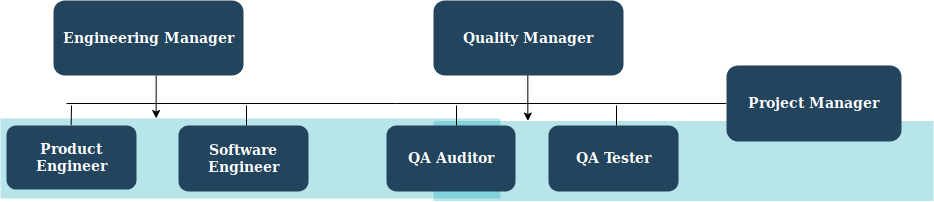
This is resourcedict/Matrix.png from dthecatalyst/PMGuide, a draw.io export, as it was before one commit. Source tidied: cells renumbered, new cells last; positions are measured from the earlier drawing's top-left corner, leaving out a move shared by most shapes. Its diagram source:
```xml
<mxGraphModel background="#ffffff">
  <root>
    <mxCell id="0" />
    <mxCell id="1" parent="0" />
    <mxCell id="2" style="fillColor=#12AAB5;strokeColor=none;opacity=30;" parent="1" vertex="1">
      <mxGeometry x="433" y="120.5" width="500" height="80" as="geometry" />
    </mxCell>
    <mxCell id="3" style="fillColor=#12AAB5;strokeColor=none;opacity=30;" parent="1" vertex="1">
      <mxGeometry y="118" width="500" height="80" as="geometry" />
    </mxCell>
    <mxCell id="4" style="edgeStyle=elbowEdgeStyle;rounded=0;jettySize=auto;html=1;exitX=0.5;exitY=1;exitDx=0;exitDy=0;strokeColor=#000000;" parent="1" edge="1" source="5" target="2">
      <mxGeometry relative="1" as="geometry" />
    </mxCell>
    <mxCell id="5" value="Quality Manager" style="rounded=1;fillColor=#23445D;gradientColor=none;strokeColor=none;fontColor=#FFFFFF;fontStyle=1;fontFamily=Tahoma;fontSize=14;" parent="1" vertex="1">
      <mxGeometry x="433" width="190" height="75" as="geometry" />
    </mxCell>
    <mxCell id="6" style="edgeStyle=elbowEdgeStyle;rounded=0;jettySize=auto;html=1;entryX=0.312;entryY=-0.01;entryDx=0;entryDy=0;entryPerimeter=0;strokeColor=#000000;" parent="1" edge="1" source="7" target="3">
      <mxGeometry relative="1" as="geometry" />
    </mxCell>
    <mxCell id="7" value="Engineering Manager" style="rounded=1;fillColor=#23445D;gradientColor=none;strokeColor=none;fontColor=#FFFFFF;fontStyle=1;fontFamily=Tahoma;fontSize=14;" parent="1" vertex="1">
      <mxGeometry x="53" width="190" height="75" as="geometry" />
    </mxCell>
    <mxCell id="8" value="Product &#10;Engineer" style="rounded=1;fillColor=#23445D;gradientColor=none;strokeColor=none;fontColor=#FFFFFF;fontStyle=1;fontFamily=Tahoma;fontSize=14;" parent="1" vertex="1">
      <mxGeometry x="6" y="125" width="130" height="64" as="geometry" />
    </mxCell>
    <mxCell id="9" value="Software&#10; Engineer" style="rounded=1;fillColor=#23445D;gradientColor=none;strokeColor=none;fontColor=#FFFFFF;fontStyle=1;fontFamily=Tahoma;fontSize=14;" parent="1" vertex="1">
      <mxGeometry x="178" y="125" width="130" height="66" as="geometry" />
    </mxCell>
    <mxCell id="10" value="QA Auditor" style="rounded=1;fillColor=#23445D;gradientColor=none;strokeColor=none;fontColor=#FFFFFF;fontStyle=1;fontFamily=Tahoma;fontSize=14;" parent="1" vertex="1">
      <mxGeometry x="386" y="125" width="129" height="66" as="geometry" />
    </mxCell>
    <mxCell id="11" value="QA Tester" style="rounded=1;fillColor=#23445D;gradientColor=none;strokeColor=none;fontColor=#FFFFFF;fontStyle=1;fontFamily=Tahoma;fontSize=14;" parent="1" vertex="1">
      <mxGeometry x="548" y="125" width="130" height="66" as="geometry" />
    </mxCell>
    <mxCell id="12" style="elbow=vertical;strokeWidth=2;rounded=0;strokeColor=none;edgeStyle=orthogonalEdgeStyle;" parent="1" edge="1" source="7" target="8">
      <mxGeometry x="-23" y="135.5" as="geometry">
        <Array as="points">
          <mxPoint x="147" y="100" />
          <mxPoint x="26" y="100" />
        </Array>
      </mxGeometry>
    </mxCell>
    <mxCell id="13" style="elbow=vertical;strokeWidth=2;rounded=0;strokeColor=none;edgeStyle=orthogonalEdgeStyle;" parent="1" edge="1" source="7" target="9">
      <mxGeometry x="-23" y="135.5" as="geometry">
        <Array as="points">
          <mxPoint x="147" y="100" />
          <mxPoint x="242" y="100" />
        </Array>
      </mxGeometry>
    </mxCell>
    <mxCell id="14" value="Project Manager" style="rounded=1;fillColor=#23445D;gradientColor=none;strokeColor=none;fontColor=#FFFFFF;fontStyle=1;fontFamily=Tahoma;fontSize=14;" parent="1" vertex="1">
      <mxGeometry x="726" y="65" width="175" height="76" as="geometry" />
    </mxCell>
    <mxCell id="15" style="endArrow=none;html=1;strokeColor=#000000;" parent="1" edge="1">
      <mxGeometry relative="1" as="geometry">
        <mxPoint x="246" y="125" as="sourcePoint" />
        <mxPoint x="246" y="105" as="targetPoint" />
      </mxGeometry>
    </mxCell>
    <mxCell id="16" style="endArrow=none;html=1;strokeColor=#000000;exitX=0.5;exitY=0;exitDx=0;exitDy=0;" parent="1" edge="1" source="8">
      <mxGeometry relative="1" as="geometry">
        <mxPoint x="71" y="105" as="targetPoint" />
      </mxGeometry>
    </mxCell>
    <mxCell id="17" style="endArrow=none;html=1;strokeColor=#000000;" parent="1" edge="1">
      <mxGeometry relative="1" as="geometry">
        <mxPoint x="456" y="125" as="sourcePoint" />
        <mxPoint x="456" y="105" as="targetPoint" />
        <Array as="points">
          <mxPoint x="456" y="125" />
        </Array>
      </mxGeometry>
    </mxCell>
    <mxCell id="18" style="endArrow=none;html=1;strokeColor=#000000;" parent="1" edge="1">
      <mxGeometry relative="1" as="geometry">
        <mxPoint x="616" y="125" as="sourcePoint" />
        <mxPoint x="616" y="105" as="targetPoint" />
        <Array as="points">
          <mxPoint x="616" y="125" />
        </Array>
      </mxGeometry>
    </mxCell>
    <mxCell id="19" style="endArrow=none;html=1;strokeColor=#000000;entryX=0;entryY=0.5;entryDx=0;entryDy=0;" parent="1" edge="1" target="14">
      <mxGeometry relative="1" as="geometry">
        <mxPoint x="66" y="103" as="sourcePoint" />
      </mxGeometry>
    </mxCell>
  </root>
</mxGraphModel>
```
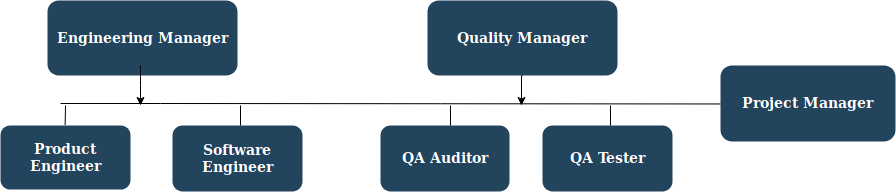
The same diagram one commit later.

Change to the diagram source:
```diff
@@ -2,21 +2,17 @@
   <root>
     <mxCell id="0" />
     <mxCell id="1" parent="0" />
-    <mxCell id="2" style="fillColor=#12AAB5;strokeColor=none;opacity=30;" parent="1" vertex="1">
-      <mxGeometry x="433" y="120.5" width="500" height="80" as="geometry" />
-    </mxCell>
-    <mxCell id="3" style="fillColor=#12AAB5;strokeColor=none;opacity=30;" parent="1" vertex="1">
-      <mxGeometry y="118" width="500" height="80" as="geometry" />
-    </mxCell>
-    <mxCell id="4" style="edgeStyle=elbowEdgeStyle;rounded=0;jettySize=auto;html=1;exitX=0.5;exitY=1;exitDx=0;exitDy=0;strokeColor=#000000;" parent="1" edge="1" source="5" target="2">
-      <mxGeometry relative="1" as="geometry" />
+    <mxCell id="4" style="edgeStyle=elbowEdgeStyle;rounded=0;jettySize=auto;html=1;exitX=0.5;exitY=1;exitDx=0;exitDy=0;strokeColor=#000000;" parent="1" edge="1" source="5">
+      <mxGeometry relative="1" as="geometry">
+        <mxPoint x="527" y="105" as="targetPoint" />
+        <Array as="points">
+          <mxPoint x="527" y="121" />
+        </Array>
+      </mxGeometry>
     </mxCell>
     <mxCell id="5" value="Quality Manager" style="rounded=1;fillColor=#23445D;gradientColor=none;strokeColor=none;fontColor=#FFFFFF;fontStyle=1;fontFamily=Tahoma;fontSize=14;" parent="1" vertex="1">
       <mxGeometry x="433" width="190" height="75" as="geometry" />
     </mxCell>
-    <mxCell id="6" style="edgeStyle=elbowEdgeStyle;rounded=0;jettySize=auto;html=1;entryX=0.312;entryY=-0.01;entryDx=0;entryDy=0;entryPerimeter=0;strokeColor=#000000;" parent="1" edge="1" source="7" target="3">
-      <mxGeometry relative="1" as="geometry" />
-    </mxCell>
     <mxCell id="7" value="Engineering Manager" style="rounded=1;fillColor=#23445D;gradientColor=none;strokeColor=none;fontColor=#FFFFFF;fontStyle=1;fontFamily=Tahoma;fontSize=14;" parent="1" vertex="1">
       <mxGeometry x="53" width="190" height="75" as="geometry" />
     </mxCell>
@@ -32,23 +28,16 @@
     <mxCell id="11" value="QA Tester" style="rounded=1;fillColor=#23445D;gradientColor=none;strokeColor=none;fontColor=#FFFFFF;fontStyle=1;fontFamily=Tahoma;fontSize=14;" parent="1" vertex="1">
       <mxGeometry x="548" y="125" width="130" height="66" as="geometry" />
     </mxCell>
-    <mxCell id="12" style="elbow=vertical;strokeWidth=2;rounded=0;strokeColor=none;edgeStyle=orthogonalEdgeStyle;" parent="1" edge="1" source="7" target="8">
+    <mxCell id="12" style="elbow=vertical;strokeWidth=2;rounded=0;strokeColor=none;edgeStyle=orthogonalEdgeStyle;" parent="1" edge="1" target="8">
       <mxGeometry x="-23" y="135.5" as="geometry">
+        <mxPoint x="147" y="100" as="sourcePoint" />
         <Array as="points">
           <mxPoint x="147" y="100" />
           <mxPoint x="26" y="100" />
         </Array>
       </mxGeometry>
     </mxCell>
-    <mxCell id="13" style="elbow=vertical;strokeWidth=2;rounded=0;strokeColor=none;edgeStyle=orthogonalEdgeStyle;" parent="1" edge="1" source="7" target="9">
-      <mxGeometry x="-23" y="135.5" as="geometry">
-        <Array as="points">
-          <mxPoint x="147" y="100" />
-          <mxPoint x="242" y="100" />
-        </Array>
-      </mxGeometry>
-    </mxCell>
-    <mxCell id="14" value="Project Manager" style="rounded=1;fillColor=#23445D;gradientColor=none;strokeColor=none;fontColor=#FFFFFF;fontStyle=1;fontFamily=Tahoma;fontSize=14;" parent="1" vertex="1">
+    <mxCell id="14" value="Project Manager" style="rounded=1;fillColor=#23445D;gradientColor=none;strokeColor=none;fontColor=#FFFFFF;fontStyle=1;fontFamily=Tahoma;fontSize=14;labelBackgroundColor=none;labelBorderColor=none;" parent="1" vertex="1">
       <mxGeometry x="726" y="65" width="175" height="76" as="geometry" />
     </mxCell>
     <mxCell id="15" style="endArrow=none;html=1;strokeColor=#000000;" parent="1" edge="1">
@@ -83,7 +72,19 @@
     <mxCell id="19" style="endArrow=none;html=1;strokeColor=#000000;entryX=0;entryY=0.5;entryDx=0;entryDy=0;" parent="1" edge="1" target="14">
       <mxGeometry relative="1" as="geometry">
         <mxPoint x="66" y="103" as="sourcePoint" />
+        <Array as="points">
+          <mxPoint x="156" y="103" />
+        </Array>
       </mxGeometry>
     </mxCell>
+    <mxCell id="20" style="endArrow=classic;html=1;strokeColor=#000000;" parent="1" edge="1">
+      <mxGeometry relative="1" as="geometry">
+        <mxPoint x="146" y="65" as="sourcePoint" />
+        <mxPoint x="146" y="105" as="targetPoint" />
+        <Array as="points">
+          <mxPoint x="146" y="75" />
+        </Array>
+      </mxGeometry>
+    </mxCell>
   </root>
 </mxGraphModel>
```
